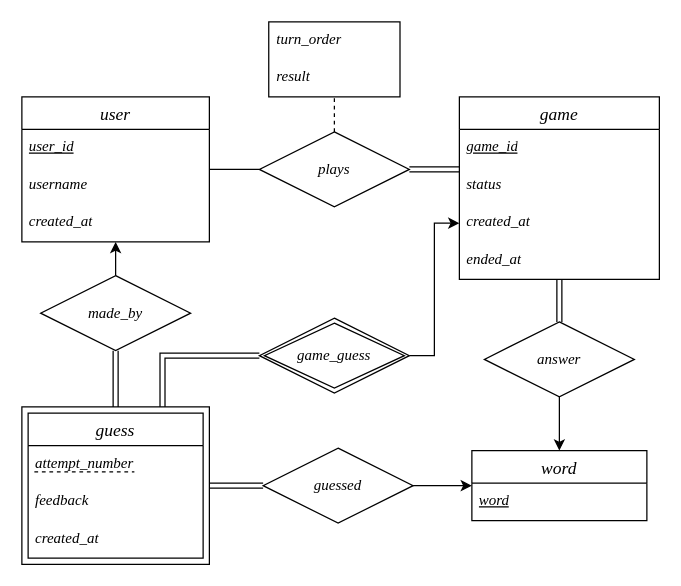
Above: ER-Diagram/Wordle_ER_Diagram.drawio in cmsc447-capstone/shared-state-wordle (draw.io), before the change. Source tidied: cells renumbered, new cells numbered last; positions are measured from the earlier drawing's top-left corner, leaving out a move shared by most shapes. Both pictures are drawn from the tidied source at 125%, with x=0, y=0 at pixel (21, 21).
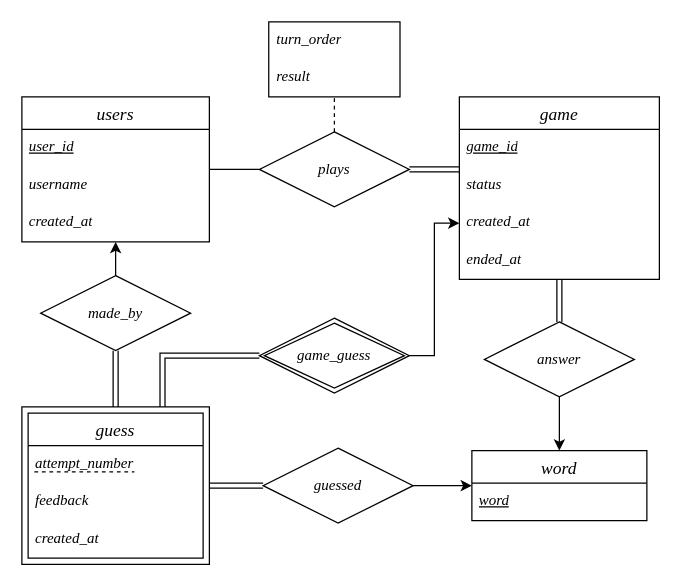
The same diagram, later.

Commit message (it also covers changes not shown here):
Corrected ER diagram

Diff of the diagram source:
```diff
@@
-    <mxCell id="5" value="user" style="swimlane;fontStyle=2;horizontal=1;startSize=26;align=center;fontSize=14;fontFamily=Times New Roman;" parent="1" vertex="1">
+    <mxCell id="5" value="users" style="swimlane;fontStyle=2;horizontal=1;startSize=26;align=center;fontSize=14;fontFamily=Times New Roman;" parent="1" vertex="1">
       <mxGeometry y="60" width="150" height="116" as="geometry" />
     </mxCell>
```
